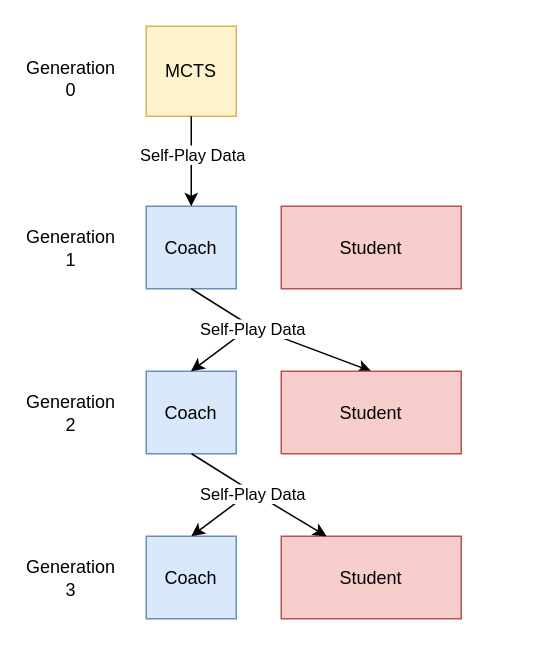
Above: mcts_cl.drawio in Klazkin/player-zero (draw.io), before the change. Source tidied: cells renumbered, new cells numbered last; positions are measured from the earlier drawing's top-left corner, leaving out a move shared by most shapes. Both pictures are drawn from the tidied source at 150%, with x=0, y=0 at pixel (26, 26).
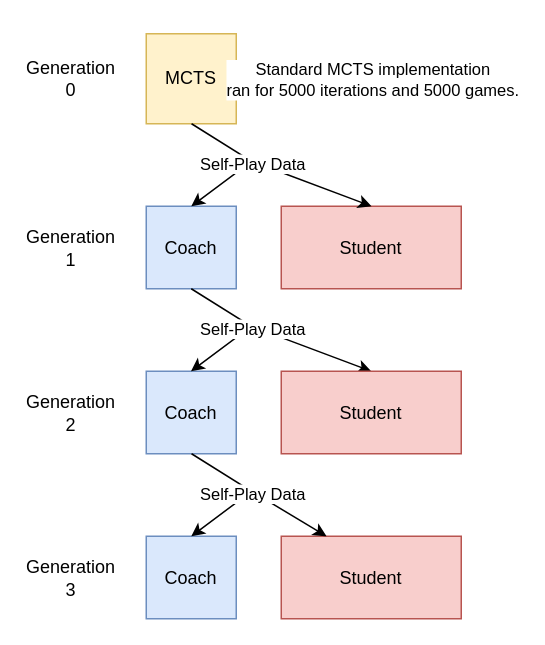
After the change.

Unchanged cells that the change refers to:
```xml
<mxCell id="4" value="Coach" style="rounded=0;whiteSpace=wrap;html=1;fillColor=#dae8fc;strokeColor=#6c8ebf;" parent="1" vertex="1">
  <mxGeometry x="80" y="120" width="60" height="55" as="geometry" />
</mxCell>
```

Change to the diagram source:
```diff
@@
     <mxCell id="6" value="MCTS" style="rounded=0;whiteSpace=wrap;html=1;fillColor=#fff2cc;strokeColor=#d6b656;" parent="1" vertex="1">
-      <mxGeometry x="80" width="60" height="60" as="geometry" />
+      <mxGeometry x="80" y="5" width="60" height="60" as="geometry" />
     </mxCell>
-    <mxCell id="7" style="endArrow=classic;html=1;rounded=0;entryX=0.5;entryY=0;entryDx=0;entryDy=0;" parent="1" edge="1" source="6" target="4">
-      <mxGeometry relative="1" as="geometry" />
-    </mxCell>
-    <mxCell id="8" value="Self-Play Data" style="edgeLabel;html=1;align=center;verticalAlign=middle;" parent="7" vertex="1">
-      <mxGeometry x="-0.16" relative="1" as="geometry" />
-    </mxCell>
@@
+    <mxCell id="21" style="endArrow=classic;html=1;rounded=0;entryX=0.5;entryY=0;entryDx=0;entryDy=0;" parent="1" edge="1">
+      <mxGeometry relative="1" as="geometry">
+        <mxPoint x="150.2" y="90" as="sourcePoint" />
+        <mxPoint x="230.2" y="120" as="targetPoint" />
+      </mxGeometry>
+    </mxCell>
+    <mxCell id="22" style="endArrow=classic;html=1;rounded=0;entryX=0.5;entryY=0;entryDx=0;entryDy=0;exitX=0.5;exitY=1;exitDx=0;exitDy=0;" parent="1" edge="1">
+      <mxGeometry relative="1" as="geometry">
+        <mxPoint x="110.2" y="65" as="sourcePoint" />
+        <mxPoint x="110" y="120" as="targetPoint" />
+        <Array as="points">
+          <mxPoint x="150.2" y="90" />
+        </Array>
+      </mxGeometry>
+    </mxCell>
+    <mxCell id="8" value="Self-Play Data" style="edgeLabel;html=1;align=center;verticalAlign=middle;" parent="22" vertex="1">
+      <mxGeometry x="-0.16" relative="1" as="geometry">
+        <mxPoint x="6" y="5" as="offset" />
+      </mxGeometry>
+    </mxCell>
+    <mxCell id="23" value="&lt;div&gt;Standard MCTS implementation&lt;/div&gt;&lt;div&gt;ran for 5000 iterations and 5000 games.&lt;br&gt;&lt;/div&gt;" style="edgeLabel;html=1;align=center;verticalAlign=middle;" parent="1" vertex="1">
+      <mxGeometry x="230" y="35" as="geometry" />
+    </mxCell>
```
